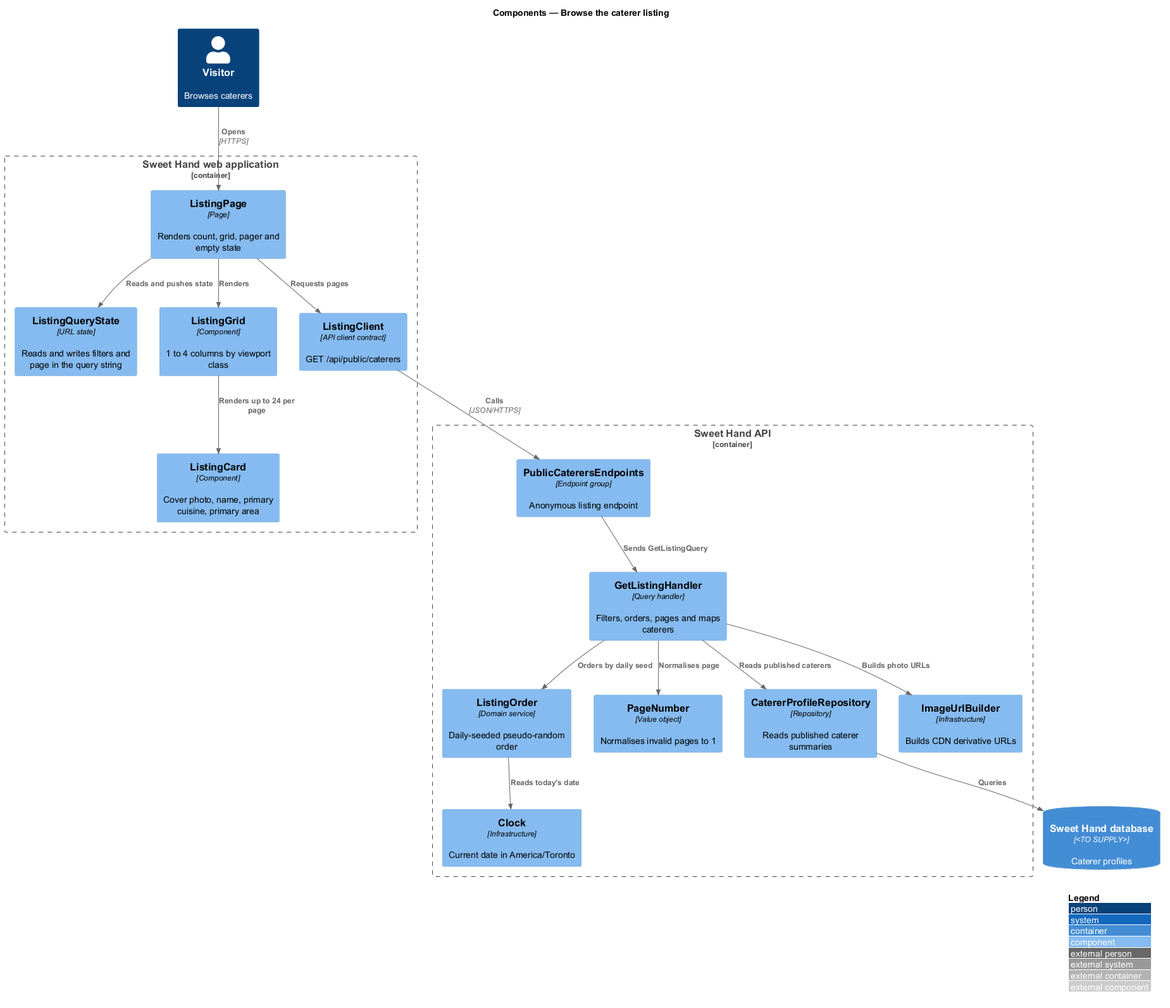
Before: docs/detailed-designs/discovery/browse-listing/diagrams/c4-component.png, a diagram exported from PlantUML (QuinntyneBrown/sweet-hand). The source it was exported from:
```plantuml
@startuml
!include <C4/C4_Component>
LAYOUT_WITH_LEGEND()
title Components — Browse the caterer listing

Person(visitor, "Visitor", "Browses caterers")
Container_Boundary(web, "Sweet Hand web application") {
  Component(page, "ListingPage", "Page", "Renders count, grid, pager and empty state")
  Component(state, "ListingQueryState", "URL state", "Reads and writes filters and page in the query string")
  Component(grid, "ListingGrid", "Component", "1 to 4 columns by viewport class")
  Component(card, "ListingCard", "Component", "Cover photo, name, primary cuisine, primary area")
  Component(client, "ListingClient", "API client contract", "GET /api/public/caterers")
}
Container_Boundary(api, "Sweet Hand API") {
  Component(endpoints, "PublicCaterersEndpoints", "Endpoint group", "Anonymous listing endpoint")
  Component(handler, "GetListingHandler", "Query handler", "Filters, orders, pages and maps caterers")
  Component(order, "ListingOrder", "Domain service", "Daily-seeded pseudo-random order")
  Component(paging, "PageNumber", "Value object", "Normalises invalid pages to 1")
  Component(repo, "CatererProfileRepository", "Repository", "Reads published caterer summaries")
  Component(images, "ImageUrlBuilder", "Infrastructure", "Builds CDN derivative URLs")
  Component(clock, "Clock", "Infrastructure", "Current date in America/Toronto")
}
ContainerDb(db, "Sweet Hand database", "<TO SUPPLY>", "Caterer profiles")

Rel(visitor, page, "Opens", "HTTPS")
Rel(page, state, "Reads and pushes state")
Rel(page, grid, "Renders")
Rel(grid, card, "Renders up to 24 per page")
Rel(page, client, "Requests pages")
Rel(client, endpoints, "Calls", "JSON/HTTPS")
Rel(endpoints, handler, "Sends GetListingQuery")
Rel(handler, repo, "Reads published caterers")
Rel(handler, order, "Orders by daily seed")
Rel(handler, paging, "Normalises page")
Rel(handler, images, "Builds photo URLs")
Rel(order, clock, "Reads today's date")
Rel(repo, db, "Queries")
@enduml
```
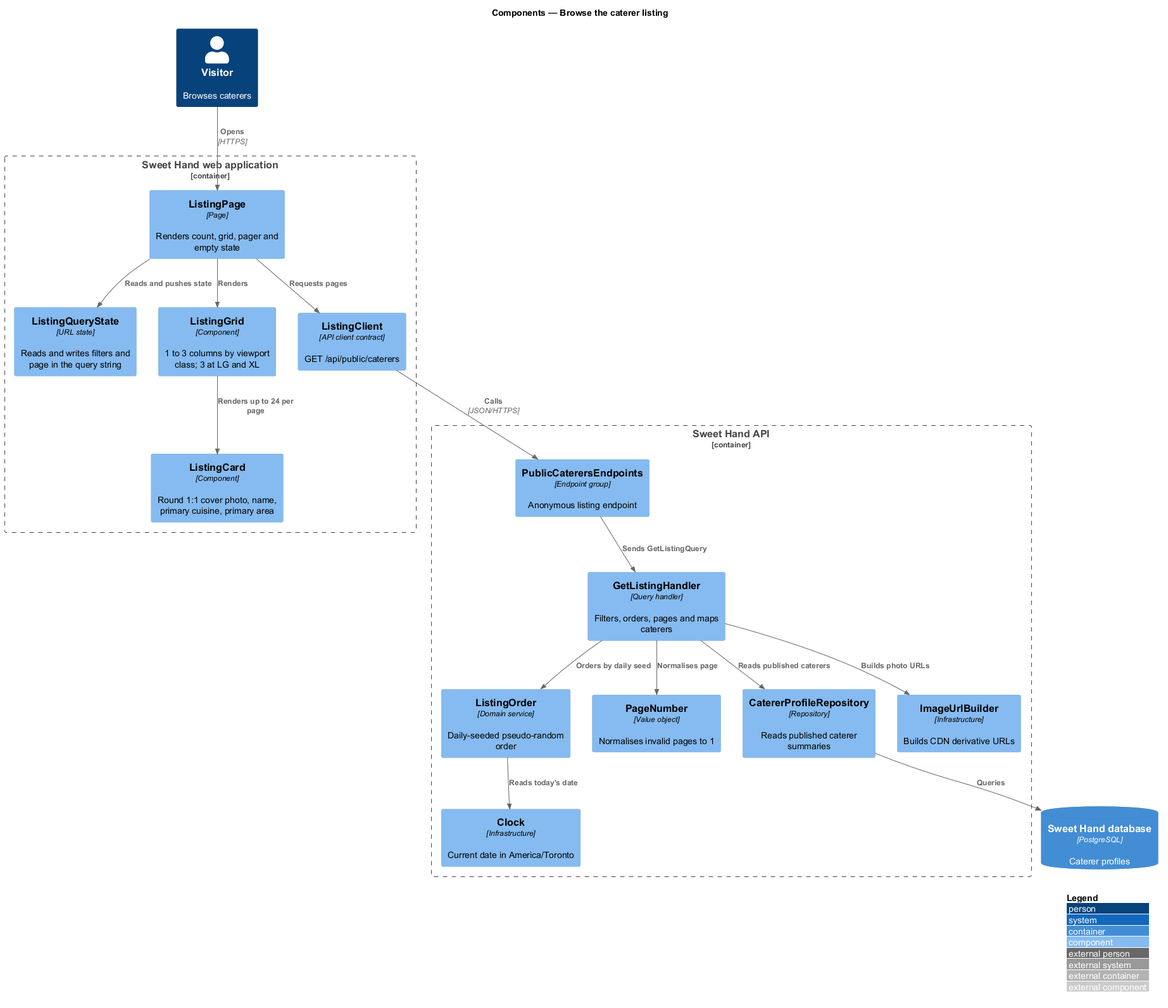
Above is the later version.

What changed in the source:
```diff
@@ -7,8 +7,8 @@
 Container_Boundary(web, "Sweet Hand web application") {
   Component(page, "ListingPage", "Page", "Renders count, grid, pager and empty state")
   Component(state, "ListingQueryState", "URL state", "Reads and writes filters and page in the query string")
-  Component(grid, "ListingGrid", "Component", "1 to 4 columns by viewport class")
-  Component(card, "ListingCard", "Component", "Cover photo, name, primary cuisine, primary area")
+  Component(grid, "ListingGrid", "Component", "1 to 3 columns by viewport class; 3 at LG and XL")
+  Component(card, "ListingCard", "Component", "Round 1:1 cover photo, name, primary cuisine, primary area")
   Component(client, "ListingClient", "API client contract", "GET /api/public/caterers")
 }
 Container_Boundary(api, "Sweet Hand API") {
@@ -20,7 +20,7 @@
   Component(images, "ImageUrlBuilder", "Infrastructure", "Builds CDN derivative URLs")
   Component(clock, "Clock", "Infrastructure", "Current date in America/Toronto")
 }
-ContainerDb(db, "Sweet Hand database", "<TO SUPPLY>", "Caterer profiles")
+ContainerDb(db, "Sweet Hand database", "PostgreSQL", "Caterer profiles")
 
 Rel(visitor, page, "Opens", "HTTPS")
 Rel(page, state, "Reads and pushes state")
```
